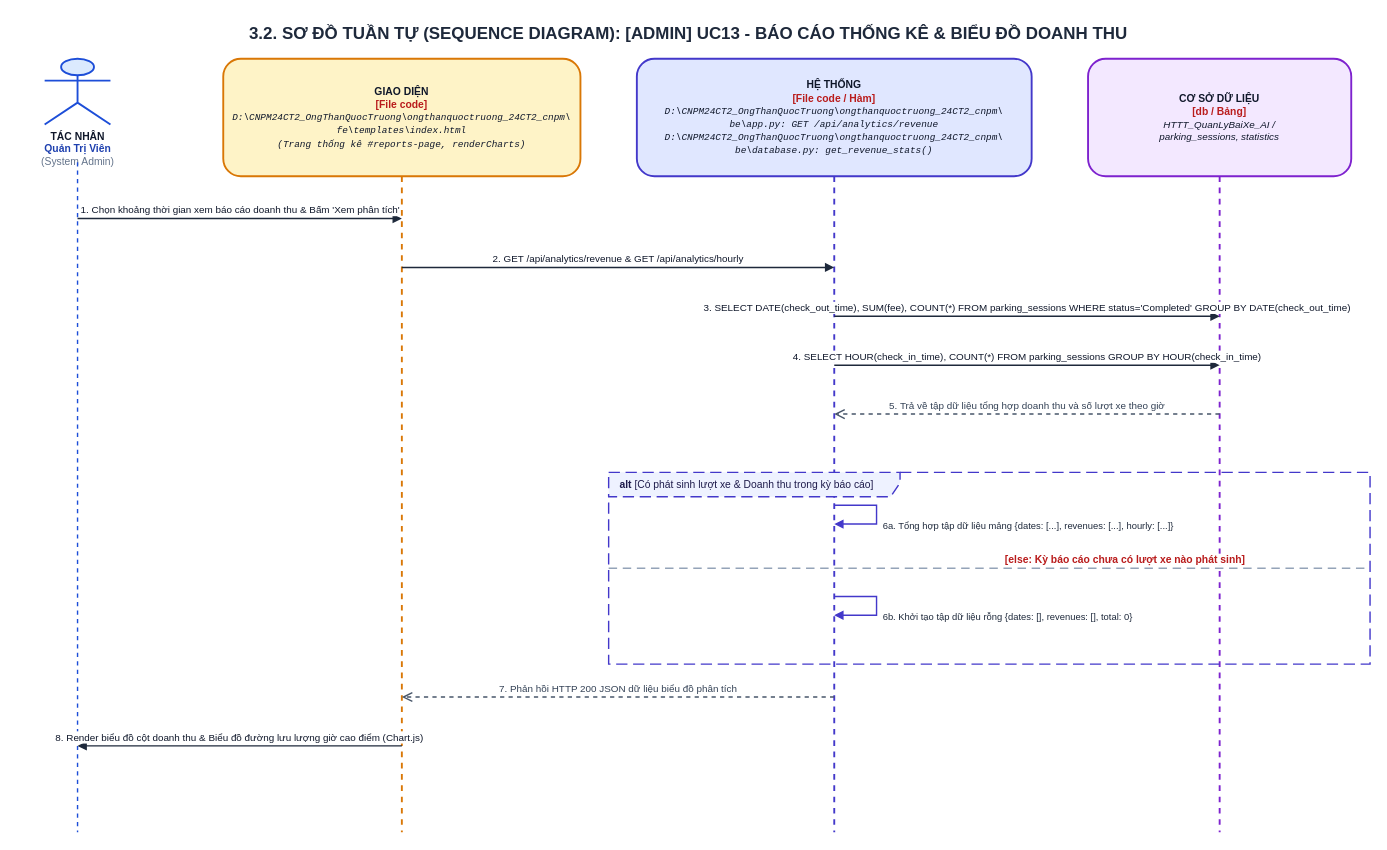
Before: ongthanquoctruong_24CT2_cnpm/docs/drawio/uc13_admin_analytics.drawio in Truong027/CNPM24, a draw.io diagram. Source tidied: cells renumbered, new cells numbered last; positions are measured from the earlier drawing's top-left corner, leaving out a move shared by most shapes. Both pictures are drawn from the tidied source at 94%, with x=0, y=0 at pixel (16, 16).
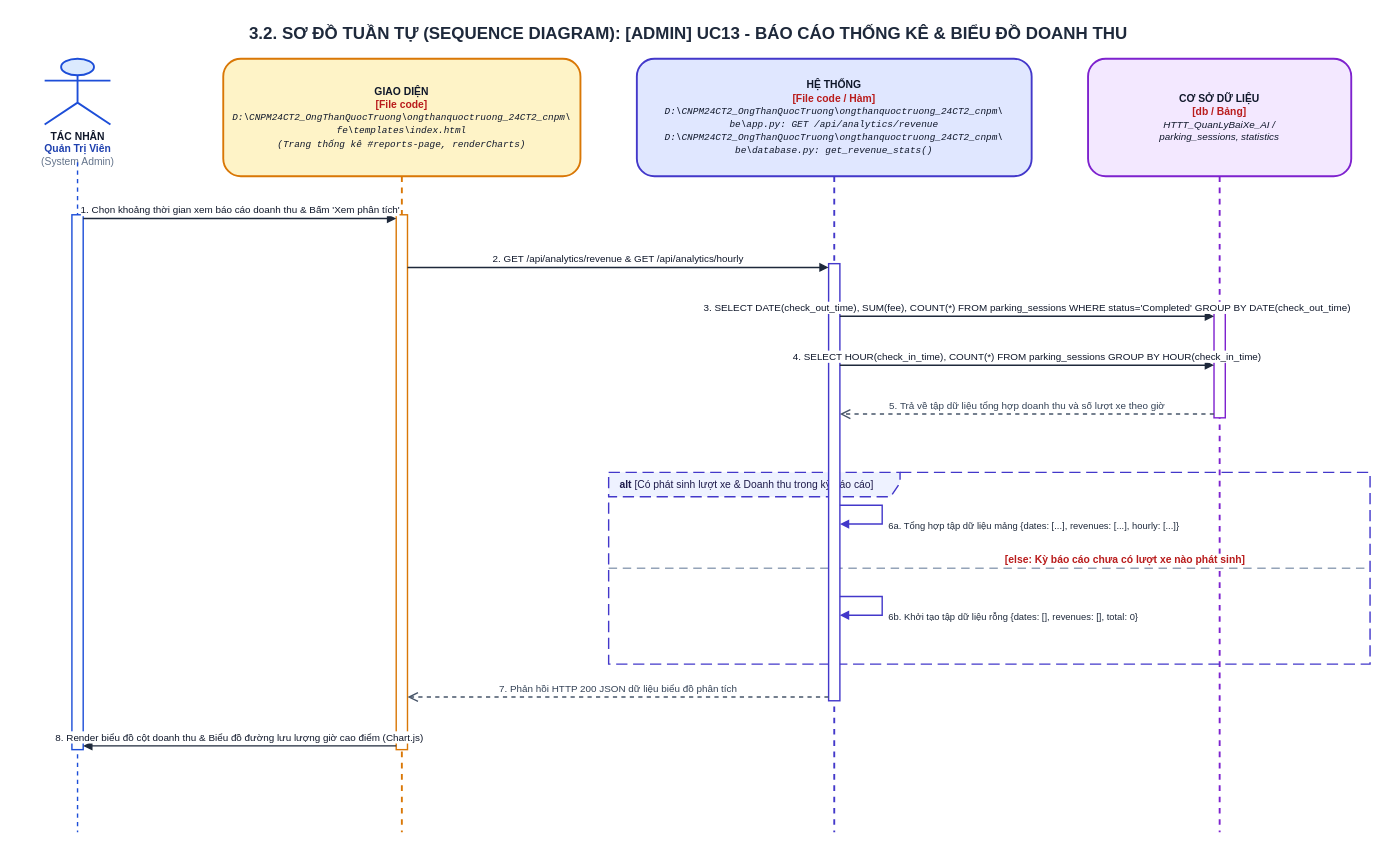
The same page after the edit.

Change to the diagram source:
```diff
@@
+    <mxCell id="13" value="&lt;b&gt;alt&lt;/b&gt; [Có phát sinh lượt xe &amp; Doanh thu trong kỳ báo cáo]" style="shape=umlFrame;whiteSpace=wrap;html=1;width=310;height=26;dashed=1;dashPattern=8 4;strokeColor=#4338CA;fillColor=#EEF2FF;strokeWidth=1.5;align=left;spacingLeft=10;verticalAlign=top;fontStyle=0;fontSize=11;fontColor=#1E1B4B;" parent="1" vertex="1">
+      <mxGeometry x="630" y="485" width="810" height="204" as="geometry" />
+    </mxCell>
+    <mxCell id="15" value="&lt;b&gt;[else: Kỳ báo cáo chưa có lượt xe nào phát sinh]&lt;/b&gt;" style="html=1;strokeWidth=1.5;strokeColor=#94A3B8;dashed=1;dashPattern=6 4;endArrow=none;align=left;verticalAlign=bottom;spacingLeft=15;fontColor=#B91C1C;fontSize=11;fontStyle=0;" parent="1" edge="1">
+      <mxGeometry relative="1" as="geometry">
+        <mxPoint x="630" y="587" as="sourcePoint" />
+        <mxPoint x="1440" y="587" as="targetPoint" />
+      </mxGeometry>
+    </mxCell>
+    <mxCell id="19" style="html=1;perimeter=orthogonalPerimeter;targetShapes=umlLifeline;topToBottom=1;fillColor=#FFFFFF;strokeColor=#1D4ED8;strokeWidth=1.5;rounded=0;" parent="1" vertex="1">
+      <mxGeometry x="59" y="211" width="12" height="569" as="geometry" />
+    </mxCell>
+    <mxCell id="20" style="html=1;perimeter=orthogonalPerimeter;targetShapes=umlLifeline;topToBottom=1;fillColor=#FFFFFF;strokeColor=#D97706;strokeWidth=1.5;rounded=0;" parent="1" vertex="1">
+      <mxGeometry x="404" y="211" width="12" height="569" as="geometry" />
+    </mxCell>
+    <mxCell id="21" style="html=1;perimeter=orthogonalPerimeter;targetShapes=umlLifeline;topToBottom=1;fillColor=#FFFFFF;strokeColor=#4338CA;strokeWidth=1.5;rounded=0;" parent="1" vertex="1">
+      <mxGeometry x="864" y="263" width="12" height="465" as="geometry" />
+    </mxCell>
+    <mxCell id="22" style="html=1;perimeter=orthogonalPerimeter;targetShapes=umlLifeline;topToBottom=1;fillColor=#FFFFFF;strokeColor=#7E22CE;strokeWidth=1.5;rounded=0;" parent="1" vertex="1">
+      <mxGeometry x="1274" y="315" width="12" height="112" as="geometry" />
+    </mxCell>
     <mxCell id="8" value="1. Chọn khoảng thời gian xem báo cáo doanh thu &amp; Bấm 'Xem phân tích'" style="html=1;verticalAlign=bottom;endArrow=block;rounded=0;strokeColor=#1E293B;strokeWidth=1.5;fontColor=#0F172A;fontSize=10.5;" parent="1" edge="1">
       <mxGeometry relative="1" as="geometry">
-        <mxPoint x="65" y="215" as="sourcePoint" />
-        <mxPoint x="410" y="215" as="targetPoint" />
+        <mxPoint x="71" y="215" as="sourcePoint" />
+        <mxPoint x="404" y="215" as="targetPoint" />
       </mxGeometry>
     </mxCell>
     <mxCell id="9" value="2. GET /api/analytics/revenue &amp; GET /api/analytics/hourly" style="html=1;verticalAlign=bottom;endArrow=block;rounded=0;strokeColor=#1E293B;strokeWidth=1.5;fontColor=#0F172A;fontSize=10.5;" parent="1" edge="1">
       <mxGeometry relative="1" as="geometry">
-        <mxPoint x="410" y="267" as="sourcePoint" />
-        <mxPoint x="870" y="267" as="targetPoint" />
+        <mxPoint x="416" y="267" as="sourcePoint" />
+        <mxPoint x="864" y="267" as="targetPoint" />
       </mxGeometry>
     </mxCell>
     <mxCell id="10" value="3. SELECT DATE(check_out_time), SUM(fee), COUNT(*) FROM parking_sessions WHERE status='Completed' GROUP BY DATE(check_out_time)" style="html=1;verticalAlign=bottom;endArrow=block;rounded=0;strokeColor=#1E293B;strokeWidth=1.5;fontColor=#0F172A;fontSize=10.5;" parent="1" edge="1">
       <mxGeometry relative="1" as="geometry">
-        <mxPoint x="870" y="319" as="sourcePoint" />
-        <mxPoint x="1280" y="319" as="targetPoint" />
+        <mxPoint x="876" y="319" as="sourcePoint" />
+        <mxPoint x="1274" y="319" as="targetPoint" />
       </mxGeometry>
     </mxCell>
     <mxCell id="11" value="4. SELECT HOUR(check_in_time), COUNT(*) FROM parking_sessions GROUP BY HOUR(check_in_time)" style="html=1;verticalAlign=bottom;endArrow=block;rounded=0;strokeColor=#1E293B;strokeWidth=1.5;fontColor=#0F172A;fontSize=10.5;" parent="1" edge="1">
       <mxGeometry relative="1" as="geometry">
-        <mxPoint x="870" y="371" as="sourcePoint" />
-        <mxPoint x="1280" y="371" as="targetPoint" />
+        <mxPoint x="876" y="371" as="sourcePoint" />
+        <mxPoint x="1274" y="371" as="targetPoint" />
       </mxGeometry>
     </mxCell>
     <mxCell id="12" value="5. Trả về tập dữ liệu tổng hợp doanh thu và số lượt xe theo giờ" style="html=1;verticalAlign=bottom;endArrow=open;dashed=1;endSize=8;rounded=0;strokeColor=#475569;strokeWidth=1.5;fontColor=#334155;fontSize=10.5;" parent="1" edge="1">
       <mxGeometry relative="1" as="geometry">
-        <mxPoint x="1280" y="423" as="sourcePoint" />
-        <mxPoint x="870" y="423" as="targetPoint" />
+        <mxPoint x="1274" y="423" as="sourcePoint" />
+        <mxPoint x="876" y="423" as="targetPoint" />
       </mxGeometry>
     </mxCell>
-    <mxCell id="13" value="&lt;b&gt;alt&lt;/b&gt; [Có phát sinh lượt xe &amp; Doanh thu trong kỳ báo cáo]" style="shape=umlFrame;whiteSpace=wrap;html=1;width=310;height=26;dashed=1;dashPattern=8 4;strokeColor=#4338CA;fillColor=#EEF2FF;strokeWidth=1.5;align=left;spacingLeft=10;verticalAlign=top;fontStyle=0;fontSize=11;fontColor=#1E1B4B;" parent="1" vertex="1">
-      <mxGeometry x="630" y="485" width="810" height="204" as="geometry" />
-    </mxCell>
     <mxCell id="14" value="6a. Tổng hợp tập dữ liệu mảng {dates: [...], revenues: [...], hourly: [...]}" style="html=1;align=left;spacingLeft=5;verticalAlign=top;endArrow=block;rounded=0;edgeStyle=orthogonalEdgeStyle;curved=0;strokeColor=#4338CA;strokeWidth=1.5;fontColor=#1E293B;fontSize=10;" parent="1" edge="1">
       <mxGeometry relative="1" as="geometry">
-        <mxPoint x="870" y="520" as="sourcePoint" />
-        <mxPoint x="870" y="540" as="targetPoint" />
+        <mxPoint x="876" y="520" as="sourcePoint" />
+        <mxPoint x="876" y="540" as="targetPoint" />
         <Array as="points">
-          <mxPoint x="915" y="520" />
-          <mxPoint x="915" y="540" />
+          <mxPoint x="921" y="520" />
+          <mxPoint x="921" y="540" />
         </Array>
       </mxGeometry>
     </mxCell>
-    <mxCell id="15" value="&lt;b&gt;[else: Kỳ báo cáo chưa có lượt xe nào phát sinh]&lt;/b&gt;" style="html=1;strokeWidth=1.5;strokeColor=#94A3B8;dashed=1;dashPattern=6 4;endArrow=none;align=left;verticalAlign=bottom;spacingLeft=15;fontColor=#B91C1C;fontSize=11;fontStyle=0;" parent="1" edge="1">
-      <mxGeometry relative="1" as="geometry">
-        <mxPoint x="630" y="587" as="sourcePoint" />
-        <mxPoint x="1440" y="587" as="targetPoint" />
-      </mxGeometry>
-    </mxCell>
     <mxCell id="16" value="6b. Khởi tạo tập dữ liệu rỗng {dates: [], revenues: [], total: 0}" style="html=1;align=left;spacingLeft=5;verticalAlign=top;endArrow=block;rounded=0;edgeStyle=orthogonalEdgeStyle;curved=0;strokeColor=#4338CA;strokeWidth=1.5;fontColor=#1E293B;fontSize=10;" parent="1" edge="1">
       <mxGeometry relative="1" as="geometry">
-        <mxPoint x="870" y="617" as="sourcePoint" />
-        <mxPoint x="870" y="637" as="targetPoint" />
+        <mxPoint x="876" y="617" as="sourcePoint" />
+        <mxPoint x="876" y="637" as="targetPoint" />
         <Array as="points">
-          <mxPoint x="915" y="617" />
-          <mxPoint x="915" y="637" />
+          <mxPoint x="921" y="617" />
+          <mxPoint x="921" y="637" />
         </Array>
       </mxGeometry>
     </mxCell>
     <mxCell id="17" value="7. Phản hồi HTTP 200 JSON dữ liệu biểu đồ phân tích" style="html=1;verticalAlign=bottom;endArrow=open;dashed=1;endSize=8;rounded=0;strokeColor=#475569;strokeWidth=1.5;fontColor=#334155;fontSize=10.5;" parent="1" edge="1">
       <mxGeometry relative="1" as="geometry">
-        <mxPoint x="870" y="724" as="sourcePoint" />
-        <mxPoint x="410" y="724" as="targetPoint" />
+        <mxPoint x="864" y="724" as="sourcePoint" />
+        <mxPoint x="416" y="724" as="targetPoint" />
       </mxGeometry>
     </mxCell>
     <mxCell id="18" value="8. Render biểu đồ cột doanh thu &amp; Biểu đồ đường lưu lượng giờ cao điểm (Chart.js)" style="html=1;verticalAlign=bottom;endArrow=block;rounded=0;strokeColor=#1E293B;strokeWidth=1.5;fontColor=#0F172A;fontSize=10.5;" parent="1" edge="1">
       <mxGeometry relative="1" as="geometry">
-        <mxPoint x="410" y="776" as="sourcePoint" />
-        <mxPoint x="65" y="776" as="targetPoint" />
+        <mxPoint x="404" y="776" as="sourcePoint" />
+        <mxPoint x="71" y="776" as="targetPoint" />
       </mxGeometry>
     </mxCell>
```
